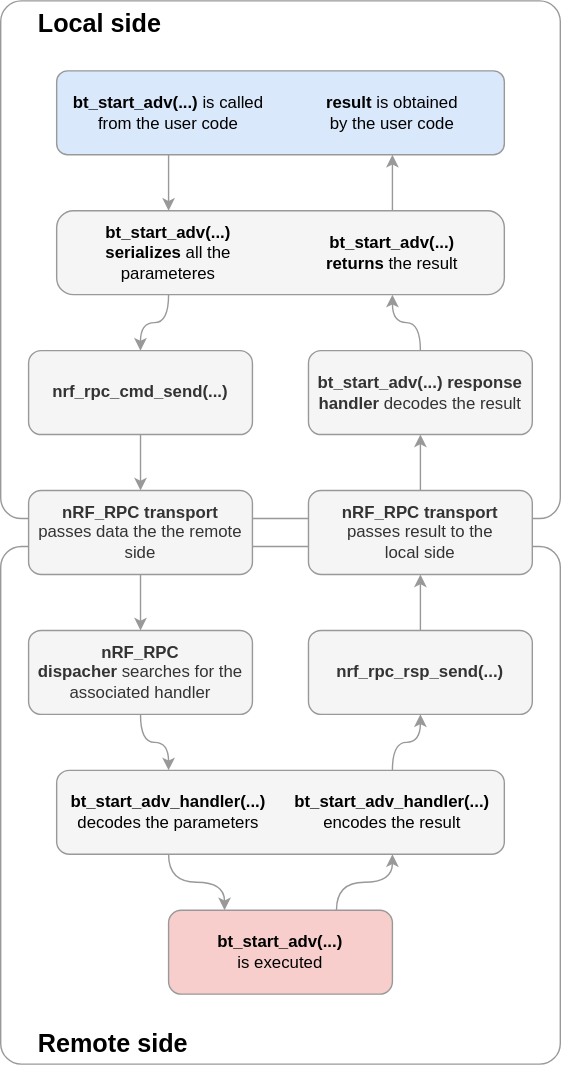
The draw.io diagram nrf_rpc/doc/img/cmd_flow.svg in doki-nordic/nrfxlib-1, before a commit. Source tidied: cells renumbered, new cells last; positions are measured from the earlier drawing's top-left corner, leaving out a move shared by most shapes.
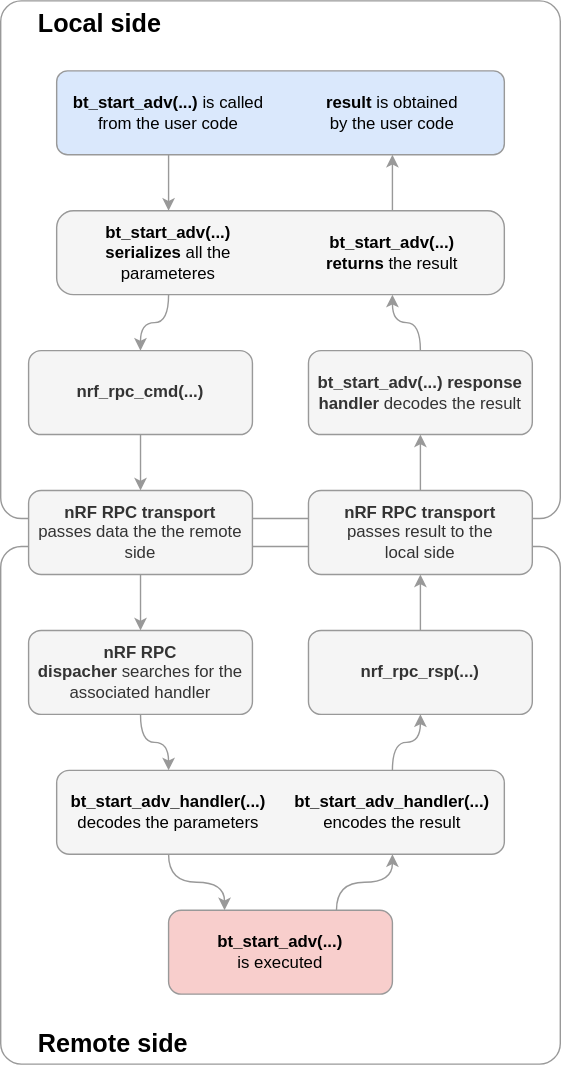
Above is the later version.

Change to the diagram source:
```diff
@@ -14,25 +14,25 @@
     <mxCell id="5" style="edgeStyle=orthogonalEdgeStyle;rounded=0;jettySize=auto;html=1;fillColor=#f5f5f5;strokeColor=#999999;" parent="1" edge="1" source="6" target="8">
       <mxGeometry relative="1" as="geometry" />
     </mxCell>
-    <mxCell id="6" value="&lt;b&gt;nrf_rpc_cmd_send(...)&lt;/b&gt;" style="rounded=1;whiteSpace=wrap;html=1;fillColor=#f5f5f5;strokeColor=#999999;fontColor=#333333;" parent="1" vertex="1">
+    <mxCell id="6" value="&lt;b&gt;nrf_rpc_cmd(...)&lt;/b&gt;" style="rounded=1;whiteSpace=wrap;html=1;fillColor=#f5f5f5;strokeColor=#999999;fontColor=#333333;" parent="1" vertex="1">
       <mxGeometry x="19.9" y="250" width="160" height="60" as="geometry" />
     </mxCell>
     <mxCell id="7" style="edgeStyle=orthogonalEdgeStyle;rounded=0;jettySize=auto;html=1;exitX=0.5;exitY=1;exitDx=0;exitDy=0;fillColor=#f5f5f5;strokeColor=#999999;" parent="1" edge="1" source="8" target="10">
       <mxGeometry relative="1" as="geometry" />
     </mxCell>
-    <mxCell id="8" value="&lt;b&gt;nRF_RPC transport&lt;/b&gt;&lt;br&gt;passes data the the remote side" style="rounded=1;whiteSpace=wrap;html=1;fillColor=#f5f5f5;strokeColor=#999999;fontColor=#333333;" parent="1" vertex="1">
+    <mxCell id="8" value="&lt;b&gt;nRF RPC transport&lt;/b&gt;&lt;br&gt;passes data the the remote side" style="rounded=1;whiteSpace=wrap;html=1;fillColor=#f5f5f5;strokeColor=#999999;fontColor=#333333;" parent="1" vertex="1">
       <mxGeometry x="19.9" y="350" width="160" height="60" as="geometry" />
     </mxCell>
     <mxCell id="9" style="edgeStyle=orthogonalEdgeStyle;curved=1;rounded=0;jettySize=auto;html=1;exitX=0.5;exitY=1;exitDx=0;exitDy=0;strokeColor=#999999;" parent="1" edge="1" source="10" target="27">
       <mxGeometry relative="1" as="geometry" />
     </mxCell>
-    <mxCell id="10" value="&lt;b&gt;nRF_RPC dispacher&lt;/b&gt;&amp;nbsp;searches for the associated handler" style="rounded=1;whiteSpace=wrap;html=1;fillColor=#f5f5f5;strokeColor=#999999;fontColor=#333333;" parent="1" vertex="1">
+    <mxCell id="10" value="&lt;b&gt;nRF RPC dispacher&lt;/b&gt;&amp;nbsp;searches for the associated handler" style="rounded=1;whiteSpace=wrap;html=1;fillColor=#f5f5f5;strokeColor=#999999;fontColor=#333333;" parent="1" vertex="1">
       <mxGeometry x="19.9" y="450" width="160" height="60" as="geometry" />
     </mxCell>
     <mxCell id="11" style="edgeStyle=orthogonalEdgeStyle;curved=1;rounded=0;jettySize=auto;html=1;exitX=0.5;exitY=0;exitDx=0;exitDy=0;entryX=0.5;entryY=1;entryDx=0;entryDy=0;strokeColor=#999999;" parent="1" edge="1" source="12" target="14">
       <mxGeometry relative="1" as="geometry" />
     </mxCell>
-    <mxCell id="12" value="&lt;b&gt;nRF_RPC&amp;nbsp;&lt;/b&gt;&lt;b&gt;transport&lt;/b&gt;&lt;br&gt;passes result to the&lt;br&gt;local side" style="rounded=1;whiteSpace=wrap;html=1;fillColor=#f5f5f5;strokeColor=#999999;fontColor=#333333;" parent="1" vertex="1">
+    <mxCell id="12" value="&lt;b&gt;nRF RPC&amp;nbsp;&lt;/b&gt;&lt;b&gt;transport&lt;/b&gt;&lt;br&gt;passes result to the&lt;br&gt;local side" style="rounded=1;whiteSpace=wrap;html=1;fillColor=#f5f5f5;strokeColor=#999999;fontColor=#333333;" parent="1" vertex="1">
       <mxGeometry x="220" y="350" width="160" height="60" as="geometry" />
     </mxCell>
     <mxCell id="13" style="edgeStyle=orthogonalEdgeStyle;curved=1;rounded=0;jettySize=auto;html=1;exitX=0.5;exitY=0;exitDx=0;exitDy=0;entryX=0.5;entryY=1;entryDx=0;entryDy=0;strokeColor=#999999;" parent="1" edge="1" source="14" target="24">
@@ -44,7 +44,7 @@
     <mxCell id="15" style="edgeStyle=orthogonalEdgeStyle;curved=1;rounded=0;jettySize=auto;html=1;exitX=0.5;exitY=0;exitDx=0;exitDy=0;entryX=0.5;entryY=1;entryDx=0;entryDy=0;strokeColor=#999999;" parent="1" edge="1" source="16" target="12">
       <mxGeometry relative="1" as="geometry" />
     </mxCell>
-    <mxCell id="16" value="&lt;b&gt;nrf_rpc_rsp_send(...)&lt;/b&gt;" style="rounded=1;whiteSpace=wrap;html=1;fillColor=#f5f5f5;strokeColor=#999999;fontColor=#333333;" parent="1" vertex="1">
+    <mxCell id="16" value="&lt;b&gt;nrf_rpc_rsp(...)&lt;/b&gt;" style="rounded=1;whiteSpace=wrap;html=1;fillColor=#f5f5f5;strokeColor=#999999;fontColor=#333333;" parent="1" vertex="1">
       <mxGeometry x="220" y="450" width="160" height="60" as="geometry" />
     </mxCell>
     <mxCell id="17" style="edgeStyle=orthogonalEdgeStyle;rounded=0;jettySize=auto;html=1;exitX=0.5;exitY=1;exitDx=0;exitDy=0;entryX=0.5;entryY=0;entryDx=0;entryDy=0;strokeColor=#999999;" parent="1" edge="1" source="18" target="22">
```
